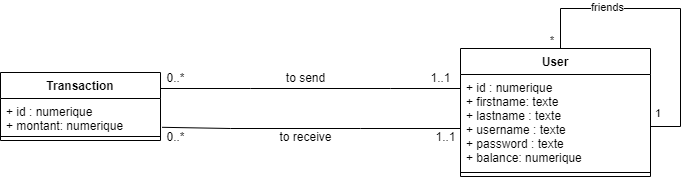
Before: img/uml.png, a diagram exported from draw.io (Norana95/Project-6_PayMyBuddy). Source tidied: cells renumbered, new cells last; positions are measured from the earlier drawing's top-left corner, leaving out a move shared by most shapes. Its diagram source:
```xml
<mxGraphModel>
  <root>
    <mxCell id="0" />
    <mxCell id="1" parent="0" />
    <mxCell id="2" value="User" style="swimlane;fontStyle=1;align=center;verticalAlign=top;horizontal=1;startSize=26;" parent="1" vertex="1">
      <mxGeometry x="460" y="40" width="190" height="128" as="geometry" />
    </mxCell>
    <mxCell id="3" value="+ id : numerique&#10;+ firstname: texte&#10;+ lastname : texte&#10;+ username : texte&#10;+ password : texte&#10;+ balance: numerique" style="text;strokeColor=none;fillColor=none;align=left;verticalAlign=top;spacingLeft=4;spacingRight=4;overflow=hidden;points=[[0,0.5],[1,0.5]];portConstraint=eastwest;" parent="2" vertex="1">
      <mxGeometry y="26" width="190" height="94" as="geometry" />
    </mxCell>
    <mxCell id="4" style="line;strokeWidth=1;fillColor=none;align=left;verticalAlign=middle;spacingTop=-1;spacingLeft=3;spacingRight=3;labelPosition=right;" parent="2" vertex="1">
      <mxGeometry y="120" width="190" height="8" as="geometry" />
    </mxCell>
    <mxCell id="5" style="endArrow=none;html=1;edgeStyle=orthogonalEdgeStyle;rounded=0;exitX=1;exitY=0.5;exitDx=0;exitDy=0;entryX=0.5;entryY=0;entryDx=0;entryDy=0;" parent="2" edge="1" source="3" target="2">
      <mxGeometry relative="1" as="geometry">
        <Array as="points">
          <mxPoint x="220" y="78" />
          <mxPoint x="220" y="-40" />
          <mxPoint x="100" y="-40" />
          <mxPoint x="100" />
        </Array>
      </mxGeometry>
    </mxCell>
    <mxCell id="6" value="1" style="edgeLabel;html=1;align=left;verticalAlign=bottom;" parent="5" vertex="1">
      <mxGeometry x="-1" relative="1" as="geometry">
        <mxPoint x="3" as="offset" />
      </mxGeometry>
    </mxCell>
    <mxCell id="7" value="*" style="edgeLabel;html=1;align=right;verticalAlign=bottom;" parent="5" vertex="1">
      <mxGeometry x="1" relative="1" as="geometry">
        <mxPoint x="-1" as="offset" />
      </mxGeometry>
    </mxCell>
    <mxCell id="8" value="friends" style="edgeLabel;html=1;align=center;verticalAlign=middle;" parent="5" vertex="1">
      <mxGeometry x="0.43" y="-2" relative="1" as="geometry" />
    </mxCell>
    <mxCell id="9" value="Transaction" style="swimlane;fontStyle=1;align=center;verticalAlign=top;horizontal=1;startSize=26;" parent="1" vertex="1">
      <mxGeometry y="64" width="160" height="68" as="geometry" />
    </mxCell>
    <mxCell id="10" value="+ id : numerique&#10;+ montant: numerique" style="text;strokeColor=none;fillColor=none;align=left;verticalAlign=top;spacingLeft=4;spacingRight=4;overflow=hidden;" parent="9" vertex="1">
      <mxGeometry y="26" width="160" height="34" as="geometry" />
    </mxCell>
    <mxCell id="11" style="line;strokeWidth=1;fillColor=none;align=left;verticalAlign=middle;spacingTop=-1;spacingLeft=3;spacingRight=3;labelPosition=right;" parent="9" vertex="1">
      <mxGeometry y="60" width="160" height="8" as="geometry" />
    </mxCell>
    <mxCell id="12" value="1..1" style="text;html=1;align=center;verticalAlign=middle;strokeColor=none;fillColor=none;" parent="1" vertex="1">
      <mxGeometry x="420" y="60" width="40" height="20" as="geometry" />
    </mxCell>
    <mxCell id="13" style="endArrow=none;html=1;rounded=0;" parent="1" edge="1">
      <mxGeometry relative="1" as="geometry">
        <mxPoint x="160" y="80" as="sourcePoint" />
        <mxPoint x="460" y="80" as="targetPoint" />
        <Array as="points">
          <mxPoint x="250" y="80" />
          <mxPoint x="390" y="80" />
        </Array>
      </mxGeometry>
    </mxCell>
    <mxCell id="14" style="endArrow=none;html=1;rounded=0;exitX=0.053;exitY=-0.01;exitDx=0;exitDy=0;exitPerimeter=0;" parent="1" edge="1" source="19">
      <mxGeometry relative="1" as="geometry">
        <mxPoint x="460" y="120" as="targetPoint" />
        <Array as="points">
          <mxPoint x="230" y="120" />
          <mxPoint x="360" y="120" />
        </Array>
      </mxGeometry>
    </mxCell>
    <mxCell id="15" value="1..1" style="text;html=1;align=center;verticalAlign=middle;strokeColor=none;fillColor=none;" parent="1" vertex="1">
      <mxGeometry x="425" y="119" width="40" height="20" as="geometry" />
    </mxCell>
    <mxCell id="16" value="0..*" style="text;html=1;align=center;verticalAlign=middle;strokeColor=none;fillColor=none;" parent="1" vertex="1">
      <mxGeometry x="160" y="60" width="30" height="20" as="geometry" />
    </mxCell>
    <mxCell id="17" value="to send" style="text;html=1;align=center;verticalAlign=middle;strokeColor=none;fillColor=none;" parent="1" vertex="1">
      <mxGeometry x="280" y="60" width="50" height="20" as="geometry" />
    </mxCell>
    <mxCell id="18" value="to receive" style="text;html=1;align=center;verticalAlign=middle;strokeColor=none;fillColor=none;" parent="1" vertex="1">
      <mxGeometry x="270" y="119" width="70" height="20" as="geometry" />
    </mxCell>
    <mxCell id="19" value="0..*" style="text;html=1;align=center;verticalAlign=middle;points=[];strokeColor=none;fillColor=none;" parent="1" vertex="1">
      <mxGeometry x="160" y="119" width="30" height="20" as="geometry" />
    </mxCell>
  </root>
</mxGraphModel>
```
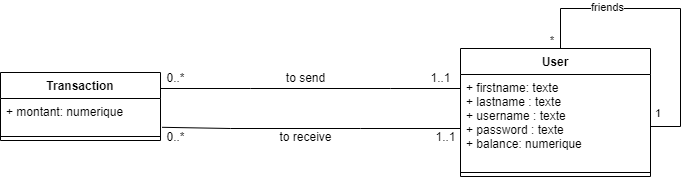
After the change.

Change to the diagram source:
```diff
@@ -5,7 +5,7 @@
     <mxCell id="2" value="User" style="swimlane;fontStyle=1;align=center;verticalAlign=top;horizontal=1;startSize=26;" parent="1" vertex="1">
       <mxGeometry x="460" y="40" width="190" height="128" as="geometry" />
     </mxCell>
-    <mxCell id="3" value="+ id : numerique&#10;+ firstname: texte&#10;+ lastname : texte&#10;+ username : texte&#10;+ password : texte&#10;+ balance: numerique" style="text;strokeColor=none;fillColor=none;align=left;verticalAlign=top;spacingLeft=4;spacingRight=4;overflow=hidden;points=[[0,0.5],[1,0.5]];portConstraint=eastwest;" parent="2" vertex="1">
+    <mxCell id="3" value="+ firstname: texte&#10;+ lastname : texte&#10;+ username : texte&#10;+ password : texte&#10;+ balance: numerique" style="text;strokeColor=none;fillColor=none;align=left;verticalAlign=top;spacingLeft=4;spacingRight=4;overflow=hidden;points=[[0,0.5],[1,0.5]];portConstraint=eastwest;" parent="2" vertex="1">
       <mxGeometry y="26" width="190" height="94" as="geometry" />
     </mxCell>
     <mxCell id="4" style="line;strokeWidth=1;fillColor=none;align=left;verticalAlign=middle;spacingTop=-1;spacingLeft=3;spacingRight=3;labelPosition=right;" parent="2" vertex="1">
@@ -37,7 +37,7 @@
     <mxCell id="9" value="Transaction" style="swimlane;fontStyle=1;align=center;verticalAlign=top;horizontal=1;startSize=26;" parent="1" vertex="1">
       <mxGeometry y="64" width="160" height="68" as="geometry" />
     </mxCell>
-    <mxCell id="10" value="+ id : numerique&#10;+ montant: numerique" style="text;strokeColor=none;fillColor=none;align=left;verticalAlign=top;spacingLeft=4;spacingRight=4;overflow=hidden;" parent="9" vertex="1">
+    <mxCell id="10" value="+ montant: numerique" style="text;strokeColor=none;fillColor=none;align=left;verticalAlign=top;spacingLeft=4;spacingRight=4;overflow=hidden;" parent="9" vertex="1">
       <mxGeometry y="26" width="160" height="34" as="geometry" />
     </mxCell>
     <mxCell id="11" style="line;strokeWidth=1;fillColor=none;align=left;verticalAlign=middle;spacingTop=-1;spacingLeft=3;spacingRight=3;labelPosition=right;" parent="9" vertex="1">
```
